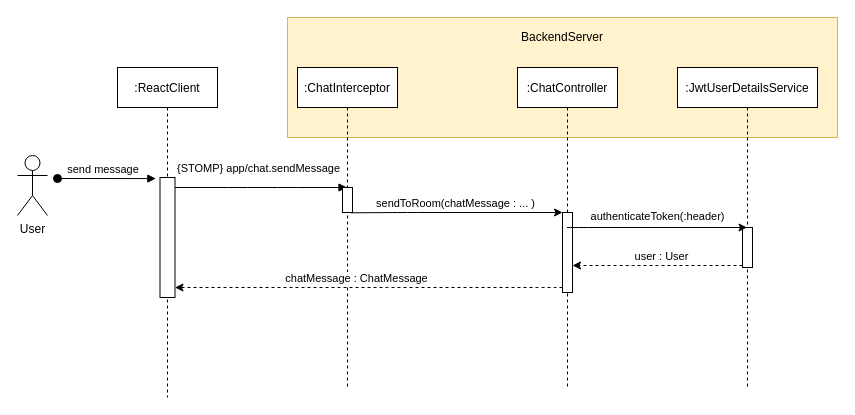
nickkisbye/dat18a-hop keeps this draw.io diagram as sendmsg-SD.drawio. Above is the earlier version. Source tidied: cells renumbered, new cells numbered last; positions are measured from the earlier drawing's top-left corner, leaving out a move shared by most shapes. Both pictures are drawn from the tidied source at 100%, with x=0, y=0 at pixel (17, 17).
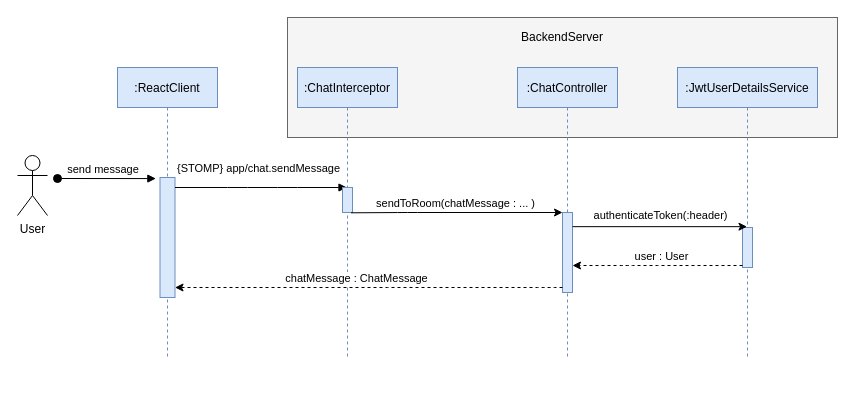
After the change.

What changed in the source:
```diff
@@
-    <mxCell id="2" style="rounded=0;whiteSpace=wrap;html=1;align=center;fillColor=#fff2cc;strokeColor=#d6b656;" parent="1" vertex="1">
+    <mxCell id="2" style="rounded=0;whiteSpace=wrap;html=1;align=center;fillColor=#f5f5f5;strokeColor=#666666;fontColor=#333333;" parent="1" vertex="1">
       <mxGeometry x="270" width="550" height="120" as="geometry" />
     </mxCell>
-    <mxCell id="3" value=":ReactClient" style="shape=umlLifeline;perimeter=lifelinePerimeter;rounded=0;shadow=0;strokeWidth=1;" parent="1" vertex="1">
-      <mxGeometry x="100" y="50" width="100" height="330" as="geometry" />
+    <mxCell id="3" value=":ReactClient" style="shape=umlLifeline;perimeter=lifelinePerimeter;rounded=0;shadow=0;strokeWidth=1;fillColor=#dae8fc;strokeColor=#6c8ebf;" parent="1" vertex="1">
+      <mxGeometry x="100" y="50" width="100" height="290" as="geometry" />
     </mxCell>
-    <mxCell id="4" style="points=[];perimeter=orthogonalPerimeter;rounded=0;shadow=0;strokeWidth=1;" parent="3" vertex="1">
+    <mxCell id="4" style="points=[];perimeter=orthogonalPerimeter;rounded=0;shadow=0;strokeWidth=1;fillColor=#dae8fc;strokeColor=#6c8ebf;" parent="3" vertex="1">
       <mxGeometry x="42.5" y="110" width="15" height="120" as="geometry" />
     </mxCell>
@@
-    <mxCell id="6" value="{STOMP} app/chat.sendMessage" style="verticalAlign=bottom;endArrow=block;shadow=0;strokeWidth=1;" parent="1" edge="1" source="4" target="7">
+    <mxCell id="6" value="{STOMP} app/chat.sendMessage" style="verticalAlign=bottom;endArrow=block;shadow=0;strokeWidth=1;fontStyle=0;" parent="1" edge="1" source="4" target="7">
       <mxGeometry x="-0.04" y="10" relative="1" as="geometry">
         <Array as="points">
           <mxPoint x="220" y="170" />
           <mxPoint x="270" y="170" />
         </Array>
         <mxPoint x="1" as="offset" />
       </mxGeometry>
     </mxCell>
-    <mxCell id="7" value=":ChatInterceptor" style="shape=umlLifeline;perimeter=lifelinePerimeter;rounded=0;shadow=0;strokeWidth=1;" parent="1" vertex="1">
-      <mxGeometry x="280" y="50" width="100" height="320" as="geometry" />
+    <mxCell id="7" value=":ChatInterceptor" style="shape=umlLifeline;perimeter=lifelinePerimeter;rounded=0;shadow=0;strokeWidth=1;fillColor=#dae8fc;strokeColor=#6c8ebf;" parent="1" vertex="1">
+      <mxGeometry x="280" y="50" width="100" height="290" as="geometry" />
     </mxCell>
-    <mxCell id="8" style="points=[];perimeter=orthogonalPerimeter;rounded=0;shadow=0;strokeWidth=1;" parent="7" vertex="1">
+    <mxCell id="8" style="points=[];perimeter=orthogonalPerimeter;rounded=0;shadow=0;strokeWidth=1;fillColor=#dae8fc;strokeColor=#6c8ebf;" parent="7" vertex="1">
       <mxGeometry x="45" y="120" width="10" height="25" as="geometry" />
     </mxCell>
-    <mxCell id="9" value=":ChatController" style="shape=umlLifeline;perimeter=lifelinePerimeter;rounded=0;shadow=0;strokeWidth=1;" parent="1" vertex="1">
-      <mxGeometry x="500" y="50" width="100" height="320" as="geometry" />
+    <mxCell id="9" value=":ChatController" style="shape=umlLifeline;perimeter=lifelinePerimeter;rounded=0;shadow=0;strokeWidth=1;fillColor=#dae8fc;strokeColor=#6c8ebf;" parent="1" vertex="1">
+      <mxGeometry x="500" y="50" width="100" height="290" as="geometry" />
     </mxCell>
-    <mxCell id="10" style="points=[];perimeter=orthogonalPerimeter;rounded=0;shadow=0;strokeWidth=1;" parent="9" vertex="1">
+    <mxCell id="10" style="points=[];perimeter=orthogonalPerimeter;rounded=0;shadow=0;strokeWidth=1;fillColor=#dae8fc;strokeColor=#6c8ebf;" parent="9" vertex="1">
       <mxGeometry x="45" y="145" width="10" height="80" as="geometry" />
     </mxCell>
@@
-    <mxCell id="15" value=":JwtUserDetailsService" style="shape=umlLifeline;perimeter=lifelinePerimeter;rounded=0;shadow=0;strokeWidth=1;" parent="1" vertex="1">
-      <mxGeometry x="660" y="50" width="140" height="320" as="geometry" />
+    <mxCell id="15" value=":JwtUserDetailsService" style="shape=umlLifeline;perimeter=lifelinePerimeter;rounded=0;shadow=0;strokeWidth=1;fillColor=#dae8fc;strokeColor=#6c8ebf;" parent="1" vertex="1">
+      <mxGeometry x="660" y="50" width="140" height="290" as="geometry" />
     </mxCell>
-    <mxCell id="16" style="points=[];perimeter=orthogonalPerimeter;rounded=0;shadow=0;strokeWidth=1;" parent="15" vertex="1">
+    <mxCell id="16" style="points=[];perimeter=orthogonalPerimeter;rounded=0;shadow=0;strokeWidth=1;fillColor=#dae8fc;strokeColor=#6c8ebf;" parent="15" vertex="1">
       <mxGeometry x="65" y="160" width="10" height="40" as="geometry" />
     </mxCell>
-    <mxCell id="17" style="endArrow=classic;html=1;" parent="1" edge="1" source="9" target="15">
-      <mxGeometry relative="1" as="geometry">
-        <Array as="points">
-          <mxPoint x="560" y="210" />
-        </Array>
-      </mxGeometry>
+    <mxCell id="17" style="endArrow=classic;html=1;exitX=1.005;exitY=0.177;exitDx=0;exitDy=0;exitPerimeter=0;" parent="1" edge="1" source="10" target="15">
+      <mxGeometry relative="1" as="geometry" />
     </mxCell>
```
